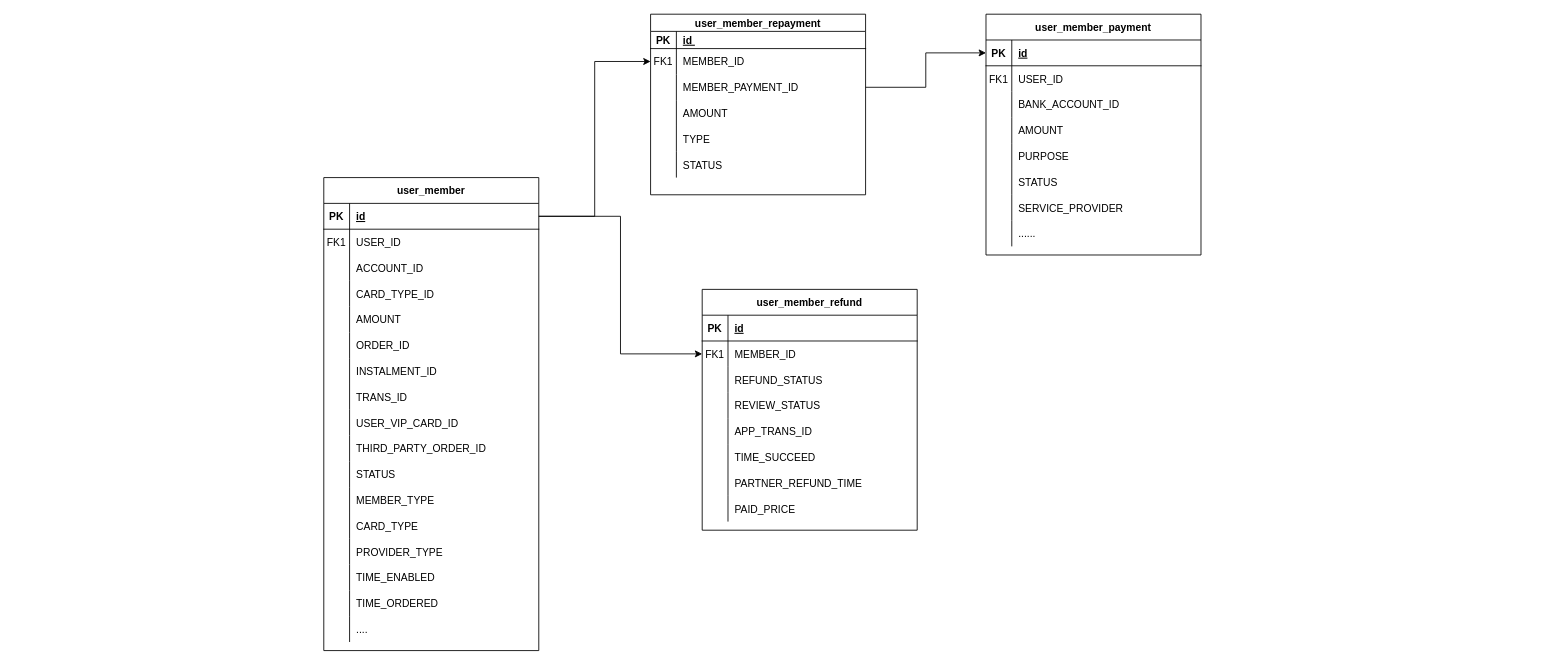
Before: 中收数据表.drawio in shuanglill/draw, a draw.io diagram. Source tidied: cells renumbered, new cells numbered last; positions are measured from the earlier drawing's top-left corner, leaving out a move shared by most shapes. Both pictures are drawn from the tidied source at 86%, with x=0, y=0 at pixel (323, 14).
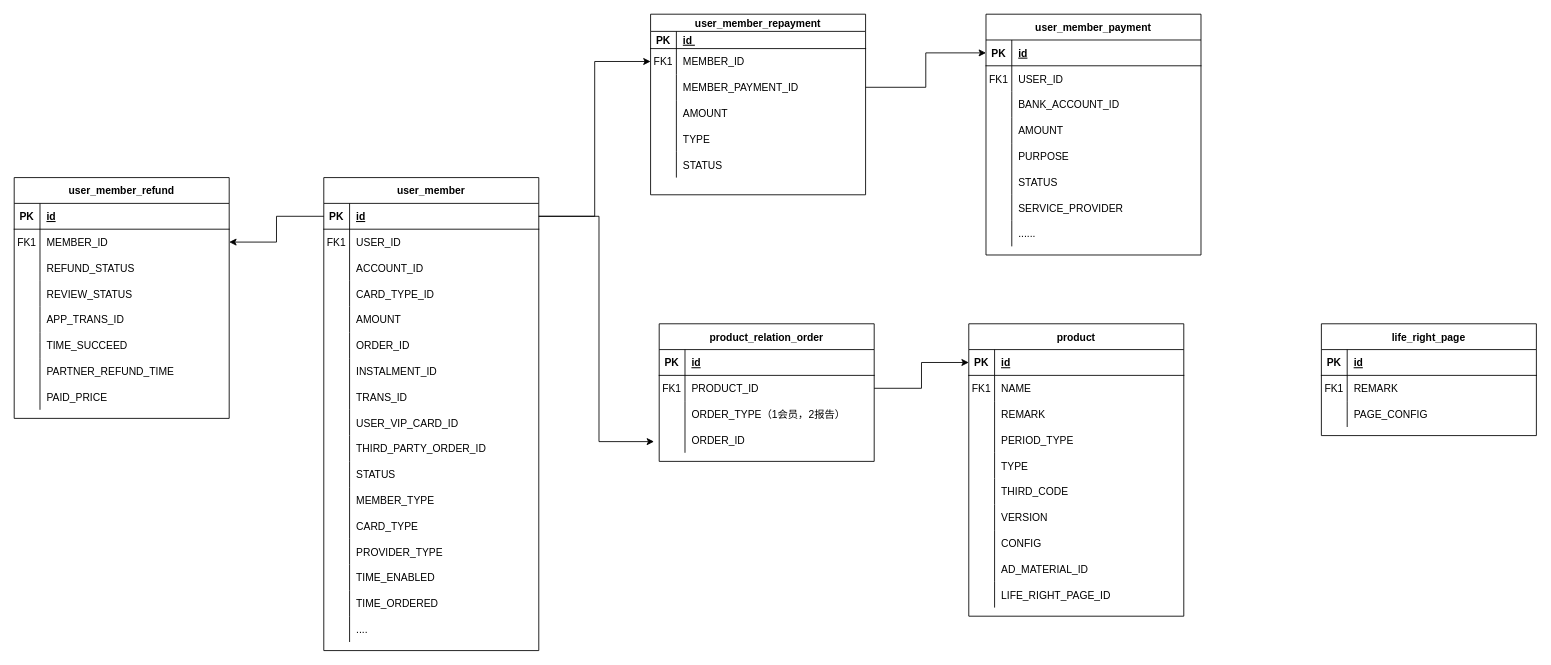
Above is the later version.

Commit message (it also covers changes not shown here):
更新中收数据表.drawio

The change refers to these unchanged cells:
```xml
<mxCell id="6" style="shape=partialRectangle;fillColor=none;points=[[0,0.5],[1,0.5]];portConstraint=eastwest;top=0;left=0;right=0;bottom=0;" parent="2" vertex="1">
  <mxGeometry y="60" width="250" height="30" as="geometry" />
</mxCell>
<mxCell id="73" style="shape=partialRectangle;fillColor=none;points=[[0,0.5],[1,0.5]];portConstraint=eastwest;top=0;left=0;right=0;bottom=1;" parent="72" vertex="1">
  <mxGeometry y="30" width="250" height="30" as="geometry" />
</mxCell>
```

Change to the diagram source:
```diff
@@
     <mxCell id="2" value="user_member_refund" style="shape=table;startSize=30;childLayout=tableLayout;rowLines=0;fontStyle=1;align=center;" parent="1" vertex="1">
-      <mxGeometry x="440" y="320" width="250" height="280" as="geometry" />
+      <mxGeometry x="-360" y="190" width="250" height="280" as="geometry" />
     </mxCell>
@@
+    <mxCell id="126" value="product_relation_order" style="shape=table;startSize=30;childLayout=tableLayout;rowLines=0;fontStyle=1;align=center;" parent="1" vertex="1">
+      <mxGeometry x="390" y="360" width="250" height="160" as="geometry" />
+    </mxCell>
+    <mxCell id="127" style="shape=partialRectangle;fillColor=none;top=0;left=0;right=0;bottom=1;" parent="126" vertex="1">
+      <mxGeometry y="30" width="250" height="30" as="geometry" />
+    </mxCell>
+    <mxCell id="128" value="PK" style="shape=partialRectangle;overflow=hidden;fillColor=none;top=0;left=0;bottom=0;right=0;fontStyle=1;" parent="127" vertex="1">
+      <mxGeometry width="30" height="30" as="geometry" />
+    </mxCell>
+    <mxCell id="129" value="id" style="shape=partialRectangle;overflow=hidden;fillColor=none;top=0;left=0;bottom=0;right=0;align=left;spacingLeft=6;fontStyle=5;" parent="127" vertex="1">
+      <mxGeometry x="30" width="220" height="30" as="geometry" />
+    </mxCell>
+    <mxCell id="130" style="shape=partialRectangle;fillColor=none;points=[[0,0.5],[1,0.5]];portConstraint=eastwest;top=0;left=0;right=0;bottom=0;" parent="126" vertex="1">
+      <mxGeometry y="60" width="250" height="30" as="geometry" />
+    </mxCell>
+    <mxCell id="131" value="FK1" style="shape=partialRectangle;overflow=hidden;fillColor=none;top=0;left=0;bottom=0;right=0;" parent="130" vertex="1">
+      <mxGeometry width="30" height="30" as="geometry" />
+    </mxCell>
+    <mxCell id="132" value="PRODUCT_ID" style="shape=partialRectangle;overflow=hidden;fillColor=none;top=0;left=0;bottom=0;right=0;align=left;spacingLeft=6;" parent="130" vertex="1">
+      <mxGeometry x="30" width="220" height="30" as="geometry" />
+    </mxCell>
+    <mxCell id="133" style="shape=partialRectangle;fillColor=none;top=0;left=0;right=0;bottom=0;" parent="126" vertex="1">
+      <mxGeometry y="90" width="250" height="30" as="geometry" />
+    </mxCell>
+    <mxCell id="134" style="shape=partialRectangle;overflow=hidden;fillColor=none;top=0;left=0;bottom=0;right=0;" parent="133" vertex="1">
+      <mxGeometry width="30" height="30" as="geometry" />
+    </mxCell>
+    <mxCell id="135" value="ORDER_TYPE（1会员，2报告）" style="shape=partialRectangle;overflow=hidden;fillColor=none;top=0;left=0;bottom=0;right=0;align=left;spacingLeft=6;" parent="133" vertex="1">
+      <mxGeometry x="30" width="220" height="30" as="geometry" />
+    </mxCell>
+    <mxCell id="136" style="shape=partialRectangle;fillColor=none;points=[[0,0.5],[1,0.5]];portConstraint=eastwest;top=0;left=0;right=0;bottom=0;" parent="126" vertex="1">
+      <mxGeometry y="120" width="250" height="30" as="geometry" />
+    </mxCell>
+    <mxCell id="137" style="shape=partialRectangle;overflow=hidden;fillColor=none;top=0;left=0;bottom=0;right=0;" parent="136" vertex="1">
+      <mxGeometry width="30" height="30" as="geometry" />
+    </mxCell>
+    <mxCell id="138" value="ORDER_ID" style="shape=partialRectangle;overflow=hidden;fillColor=none;top=0;left=0;bottom=0;right=0;align=left;spacingLeft=6;" parent="136" vertex="1">
+      <mxGeometry x="30" width="220" height="30" as="geometry" />
+    </mxCell>
-    <mxCell id="125" style="edgeStyle=orthogonalEdgeStyle;rounded=0;jettySize=auto;html=1;exitX=1;exitY=0.5;exitDx=0;exitDy=0;entryX=0;entryY=0.5;entryDx=0;entryDy=0;" parent="1" edge="1" source="73" target="6">
+    <mxCell id="125" style="edgeStyle=orthogonalEdgeStyle;rounded=0;jettySize=auto;html=1;exitX=0;exitY=0.5;exitDx=0;exitDy=0;entryX=1;entryY=0.5;entryDx=0;entryDy=0;" parent="1" edge="1" source="73" target="6">
       <mxGeometry relative="1" as="geometry" />
     </mxCell>
+    <mxCell id="139" style="edgeStyle=orthogonalEdgeStyle;rounded=0;jettySize=auto;html=1;entryX=-0.024;entryY=0.567;entryDx=0;entryDy=0;entryPerimeter=0;" parent="1" edge="1" source="73" target="136">
+      <mxGeometry relative="1" as="geometry" />
+    </mxCell>
+    <mxCell id="140" value="product" style="shape=table;startSize=30;childLayout=tableLayout;rowLines=0;fontStyle=1;align=center;" parent="1" vertex="1">
+      <mxGeometry x="750" y="360" width="250" height="340" as="geometry" />
+    </mxCell>
+    <mxCell id="141" style="shape=partialRectangle;fillColor=none;points=[[0,0.5],[1,0.5]];portConstraint=eastwest;top=0;left=0;right=0;bottom=1;" parent="140" vertex="1">
+      <mxGeometry y="30" width="250" height="30" as="geometry" />
+    </mxCell>
+    <mxCell id="142" value="PK" style="shape=partialRectangle;overflow=hidden;fillColor=none;top=0;left=0;bottom=0;right=0;fontStyle=1;" parent="141" vertex="1">
+      <mxGeometry width="30" height="30" as="geometry" />
+    </mxCell>
+    <mxCell id="143" value="id" style="shape=partialRectangle;overflow=hidden;fillColor=none;top=0;left=0;bottom=0;right=0;align=left;spacingLeft=6;fontStyle=5;" parent="141" vertex="1">
+      <mxGeometry x="30" width="220" height="30" as="geometry" />
+    </mxCell>
+    <mxCell id="144" style="shape=partialRectangle;fillColor=none;top=0;left=0;right=0;bottom=0;" parent="140" vertex="1">
+      <mxGeometry y="60" width="250" height="30" as="geometry" />
+    </mxCell>
+    <mxCell id="145" value="FK1" style="shape=partialRectangle;overflow=hidden;fillColor=none;top=0;left=0;bottom=0;right=0;" parent="144" vertex="1">
+      <mxGeometry width="30" height="30" as="geometry" />
+    </mxCell>
+    <mxCell id="146" value="NAME" style="shape=partialRectangle;overflow=hidden;fillColor=none;top=0;left=0;bottom=0;right=0;align=left;spacingLeft=6;" parent="144" vertex="1">
+      <mxGeometry x="30" width="220" height="30" as="geometry" />
+    </mxCell>
+    <mxCell id="147" style="shape=partialRectangle;fillColor=none;top=0;left=0;right=0;bottom=0;" parent="140" vertex="1">
+      <mxGeometry y="90" width="250" height="30" as="geometry" />
+    </mxCell>
+    <mxCell id="148" style="shape=partialRectangle;overflow=hidden;fillColor=none;top=0;left=0;bottom=0;right=0;" parent="147" vertex="1">
+      <mxGeometry width="30" height="30" as="geometry" />
+    </mxCell>
+    <mxCell id="149" value="REMARK" style="shape=partialRectangle;overflow=hidden;fillColor=none;top=0;left=0;bottom=0;right=0;align=left;spacingLeft=6;" parent="147" vertex="1">
+      <mxGeometry x="30" width="220" height="30" as="geometry" />
+    </mxCell>
+    <mxCell id="150" style="shape=partialRectangle;fillColor=none;top=0;left=0;right=0;bottom=0;" parent="140" vertex="1">
+      <mxGeometry y="120" width="250" height="30" as="geometry" />
+    </mxCell>
+    <mxCell id="151" style="shape=partialRectangle;overflow=hidden;fillColor=none;top=0;left=0;bottom=0;right=0;" parent="150" vertex="1">
+      <mxGeometry width="30" height="30" as="geometry" />
+    </mxCell>
+    <mxCell id="152" value="PERIOD_TYPE" style="shape=partialRectangle;overflow=hidden;fillColor=none;top=0;left=0;bottom=0;right=0;align=left;spacingLeft=6;" parent="150" vertex="1">
+      <mxGeometry x="30" width="220" height="30" as="geometry" />
+    </mxCell>
+    <mxCell id="153" style="shape=partialRectangle;fillColor=none;top=0;left=0;right=0;bottom=0;" parent="140" vertex="1">
+      <mxGeometry y="150" width="250" height="30" as="geometry" />
+    </mxCell>
+    <mxCell id="154" style="shape=partialRectangle;overflow=hidden;fillColor=none;top=0;left=0;bottom=0;right=0;" parent="153" vertex="1">
+      <mxGeometry width="30" height="30" as="geometry" />
+    </mxCell>
+    <mxCell id="155" value="TYPE" style="shape=partialRectangle;overflow=hidden;fillColor=none;top=0;left=0;bottom=0;right=0;align=left;spacingLeft=6;" parent="153" vertex="1">
+      <mxGeometry x="30" width="220" height="30" as="geometry" />
+    </mxCell>
+    <mxCell id="156" style="shape=partialRectangle;fillColor=none;top=0;left=0;right=0;bottom=0;" parent="140" vertex="1">
+      <mxGeometry y="180" width="250" height="30" as="geometry" />
+    </mxCell>
+    <mxCell id="157" style="shape=partialRectangle;overflow=hidden;fillColor=none;top=0;left=0;bottom=0;right=0;" parent="156" vertex="1">
+      <mxGeometry width="30" height="30" as="geometry" />
+    </mxCell>
+    <mxCell id="158" value="THIRD_CODE" style="shape=partialRectangle;overflow=hidden;fillColor=none;top=0;left=0;bottom=0;right=0;align=left;spacingLeft=6;" parent="156" vertex="1">
+      <mxGeometry x="30" width="220" height="30" as="geometry" />
+    </mxCell>
+    <mxCell id="159" style="shape=partialRectangle;fillColor=none;top=0;left=0;right=0;bottom=0;" parent="140" vertex="1">
+      <mxGeometry y="210" width="250" height="30" as="geometry" />
+    </mxCell>
+    <mxCell id="160" style="shape=partialRectangle;overflow=hidden;fillColor=none;top=0;left=0;bottom=0;right=0;" parent="159" vertex="1">
+      <mxGeometry width="30" height="30" as="geometry" />
+    </mxCell>
+    <mxCell id="161" value="VERSION" style="shape=partialRectangle;overflow=hidden;fillColor=none;top=0;left=0;bottom=0;right=0;align=left;spacingLeft=6;" parent="159" vertex="1">
+      <mxGeometry x="30" width="220" height="30" as="geometry" />
+    </mxCell>
+    <mxCell id="162" style="shape=partialRectangle;fillColor=none;top=0;left=0;right=0;bottom=0;" parent="140" vertex="1">
+      <mxGeometry y="240" width="250" height="30" as="geometry" />
+    </mxCell>
+    <mxCell id="163" style="shape=partialRectangle;overflow=hidden;fillColor=none;top=0;left=0;bottom=0;right=0;" parent="162" vertex="1">
+      <mxGeometry width="30" height="30" as="geometry" />
+    </mxCell>
+    <mxCell id="164" value="CONFIG" style="shape=partialRectangle;overflow=hidden;fillColor=none;top=0;left=0;bottom=0;right=0;align=left;spacingLeft=6;" parent="162" vertex="1">
+      <mxGeometry x="30" width="220" height="30" as="geometry" />
+    </mxCell>
+    <mxCell id="165" style="shape=partialRectangle;fillColor=none;top=0;left=0;right=0;bottom=0;" parent="140" vertex="1">
+      <mxGeometry y="270" width="250" height="30" as="geometry" />
+    </mxCell>
+    <mxCell id="166" style="shape=partialRectangle;overflow=hidden;fillColor=none;top=0;left=0;bottom=0;right=0;" parent="165" vertex="1">
+      <mxGeometry width="30" height="30" as="geometry" />
+    </mxCell>
+    <mxCell id="167" value="AD_MATERIAL_ID" style="shape=partialRectangle;overflow=hidden;fillColor=none;top=0;left=0;bottom=0;right=0;align=left;spacingLeft=6;" parent="165" vertex="1">
+      <mxGeometry x="30" width="220" height="30" as="geometry" />
+    </mxCell>
+    <mxCell id="168" style="shape=partialRectangle;fillColor=none;top=0;left=0;right=0;bottom=0;" parent="140" vertex="1">
+      <mxGeometry y="300" width="250" height="30" as="geometry" />
+    </mxCell>
+    <mxCell id="169" style="shape=partialRectangle;overflow=hidden;fillColor=none;top=0;left=0;bottom=0;right=0;" parent="168" vertex="1">
+      <mxGeometry width="30" height="30" as="geometry" />
+    </mxCell>
+    <mxCell id="170" value="LIFE_RIGHT_PAGE_ID" style="shape=partialRectangle;overflow=hidden;fillColor=none;top=0;left=0;bottom=0;right=0;align=left;spacingLeft=6;" parent="168" vertex="1">
+      <mxGeometry x="30" width="220" height="30" as="geometry" />
+    </mxCell>
+    <mxCell id="171" style="edgeStyle=orthogonalEdgeStyle;rounded=0;jettySize=auto;html=1;exitX=1;exitY=0.5;exitDx=0;exitDy=0;entryX=0;entryY=0.5;entryDx=0;entryDy=0;" parent="1" edge="1" source="130" target="141">
+      <mxGeometry relative="1" as="geometry" />
+    </mxCell>
+    <mxCell id="172" value="life_right_page" style="shape=table;startSize=30;childLayout=tableLayout;rowLines=0;fontStyle=1;align=center;" parent="1" vertex="1">
+      <mxGeometry x="1160" y="360" width="250" height="130" as="geometry" />
+    </mxCell>
+    <mxCell id="173" style="shape=partialRectangle;fillColor=none;top=0;left=0;right=0;bottom=1;" parent="172" vertex="1">
+      <mxGeometry y="30" width="250" height="30" as="geometry" />
+    </mxCell>
+    <mxCell id="174" value="PK" style="shape=partialRectangle;overflow=hidden;fillColor=none;top=0;left=0;bottom=0;right=0;fontStyle=1;" parent="173" vertex="1">
+      <mxGeometry width="30" height="30" as="geometry" />
+    </mxCell>
+    <mxCell id="175" value="id" style="shape=partialRectangle;overflow=hidden;fillColor=none;top=0;left=0;bottom=0;right=0;align=left;spacingLeft=6;fontStyle=5;" parent="173" vertex="1">
+      <mxGeometry x="30" width="220" height="30" as="geometry" />
+    </mxCell>
+    <mxCell id="176" style="shape=partialRectangle;fillColor=none;top=0;left=0;right=0;bottom=0;" parent="172" vertex="1">
+      <mxGeometry y="60" width="250" height="30" as="geometry" />
+    </mxCell>
+    <mxCell id="177" value="FK1" style="shape=partialRectangle;overflow=hidden;fillColor=none;top=0;left=0;bottom=0;right=0;" parent="176" vertex="1">
+      <mxGeometry width="30" height="30" as="geometry" />
+    </mxCell>
+    <mxCell id="178" value="REMARK" style="shape=partialRectangle;overflow=hidden;fillColor=none;top=0;left=0;bottom=0;right=0;align=left;spacingLeft=6;" parent="176" vertex="1">
+      <mxGeometry x="30" width="220" height="30" as="geometry" />
+    </mxCell>
+    <mxCell id="179" style="shape=partialRectangle;fillColor=none;top=0;left=0;right=0;bottom=0;" parent="172" vertex="1">
+      <mxGeometry y="90" width="250" height="30" as="geometry" />
+    </mxCell>
+    <mxCell id="180" style="shape=partialRectangle;overflow=hidden;fillColor=none;top=0;left=0;bottom=0;right=0;" parent="179" vertex="1">
+      <mxGeometry width="30" height="30" as="geometry" />
+    </mxCell>
+    <mxCell id="181" value="PAGE_CONFIG" style="shape=partialRectangle;overflow=hidden;fillColor=none;top=0;left=0;bottom=0;right=0;align=left;spacingLeft=6;" parent="179" vertex="1">
+      <mxGeometry x="30" width="220" height="30" as="geometry" />
+    </mxCell>
```
